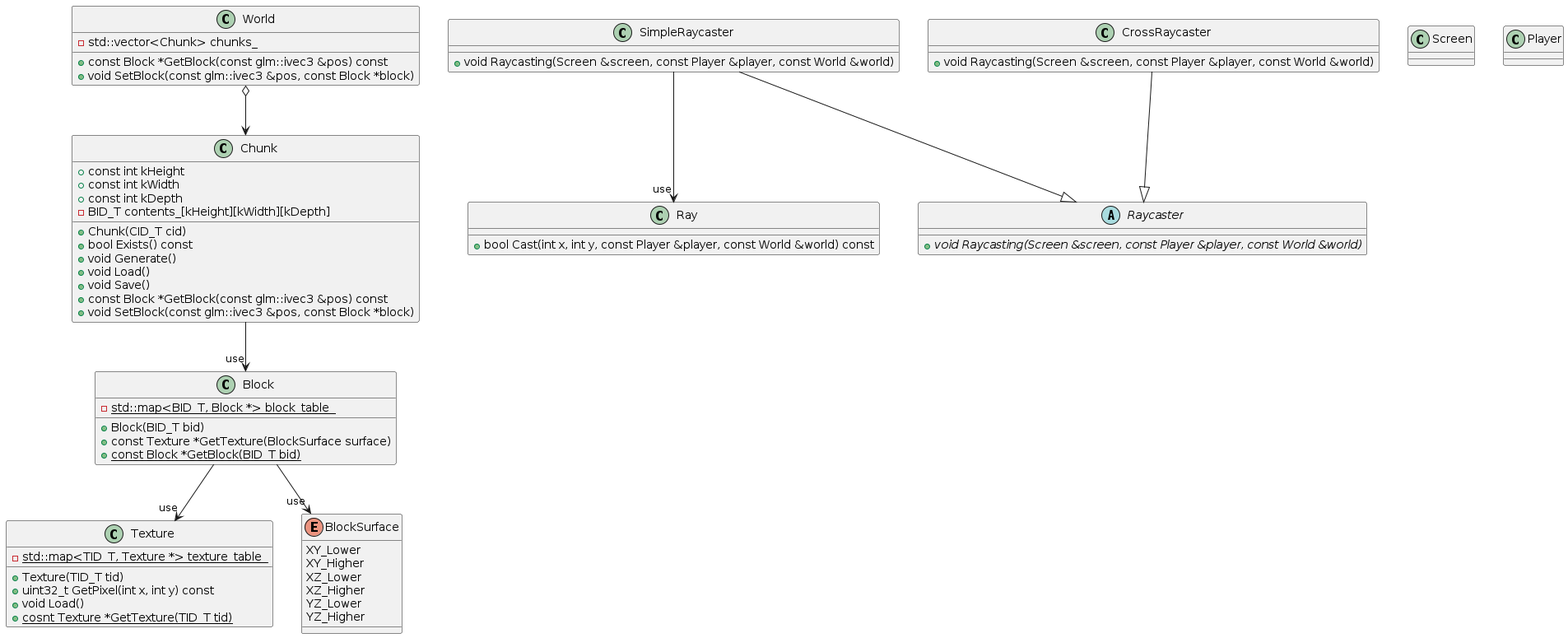
Before: ClassDiagram.png, a diagram exported from PlantUML (matajupi/Chibicraft).
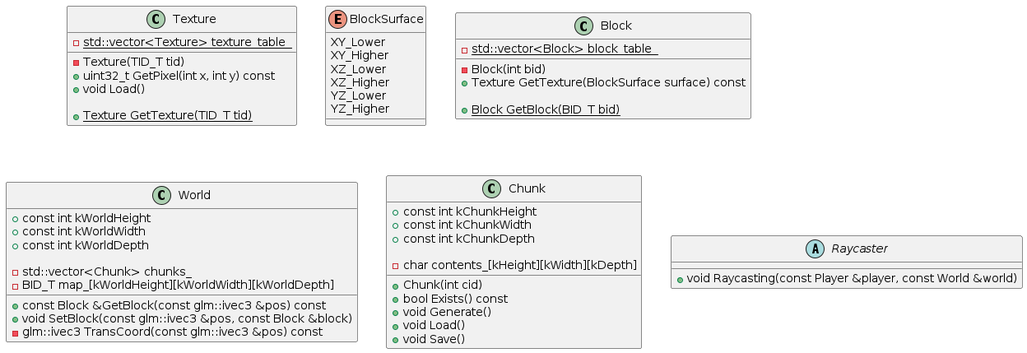
Later version of the same file.

The edit, as a diff of the source:
```diff
@@ -1,12 +1,13 @@
 @startuml
 
 class Texture {
-    - {static} std::map<TID_T, Texture *> texture_table_
+    - {static} std::vector<Texture> texture_table_
 
-    + Texture(TID_T tid)
+    - Texture(TID_T tid)
     + uint32_t GetPixel(int x, int y) const
     + void Load()
-    + {static} cosnt Texture *GetTexture(TID_T tid)
+
+    + {static} Texture GetTexture(TID_T tid)
 }
 
 enum BlockSurface {
@@ -17,60 +18,43 @@
     YZ_Lower
     YZ_Higher
 }
+class Block {
+    - {static} std::vector<Block> block_table_
 
-class Block {
-    - {static} std::map<BID_T, Block *> block_table_
+    - Block(int bid)
+    + Texture GetTexture(BlockSurface surface) const
 
-    + Block(BID_T bid)
-    + const Texture *GetTexture(BlockSurface surface)
-    + {static} const Block *GetBlock(BID_T bid)
+    + {static} Block GetBlock(BID_T bid)
 }
 
-Block --> "use" Texture
-Block --> "use" BlockSurface
+class World {
+    + const int kWorldHeight
+    + const int kWorldWidth
+    + const int kWorldDepth
 
-class World {
     - std::vector<Chunk> chunks_
+    - BID_T map_[kWorldHeight][kWorldWidth][kWorldDepth]
 
-    + const Block *GetBlock(const glm::ivec3 &pos) const
-    + void SetBlock(const glm::ivec3 &pos, const Block *block)
+    + const Block &GetBlock(const glm::ivec3 &pos) const
+    + void SetBlock(const glm::ivec3 &pos, const Block &block)
+    - glm::ivec3 TransCoord(const glm::ivec3 &pos) const
 }
 class Chunk {
-    + const int kHeight
-    + const int kWidth
-    + const int kDepth
-    - BID_T contents_[kHeight][kWidth][kDepth]
+    + const int kChunkHeight
+    + const int kChunkWidth
+    + const int kChunkDepth
 
-    + Chunk(CID_T cid)
+    - char contents_[kHeight][kWidth][kDepth]
+
+    + Chunk(int cid)
     + bool Exists() const
     + void Generate()
     + void Load()
     + void Save()
-    + const Block *GetBlock(const glm::ivec3 &pos) const
-    + void SetBlock(const glm::ivec3 &pos, const Block *block)
 }
 
-World o--> Chunk
-Chunk --> "use" Block
-
-class Ray {
-    + bool Cast(int x, int y, const Player &player, const World &world) const
-}
 abstract Raycaster {
-    + {abstract} void Raycasting(Screen &screen, const Player &player, const World &world)
-}
-class SimpleRaycaster {
-    + void Raycasting(Screen &screen, const Player &player, const World &world)
-}
-class CrossRaycaster {
-    + void Raycasting(Screen &screen, const Player &player, const World &world)
+    + void Raycasting(const Player &player, const World &world)
 }
 
-SimpleRaycaster --|> Raycaster
-CrossRaycaster --|> Raycaster
-SimpleRaycaster --> "use" Ray
-
-class Screen { }
-class Player { }
-
 @enduml
```
